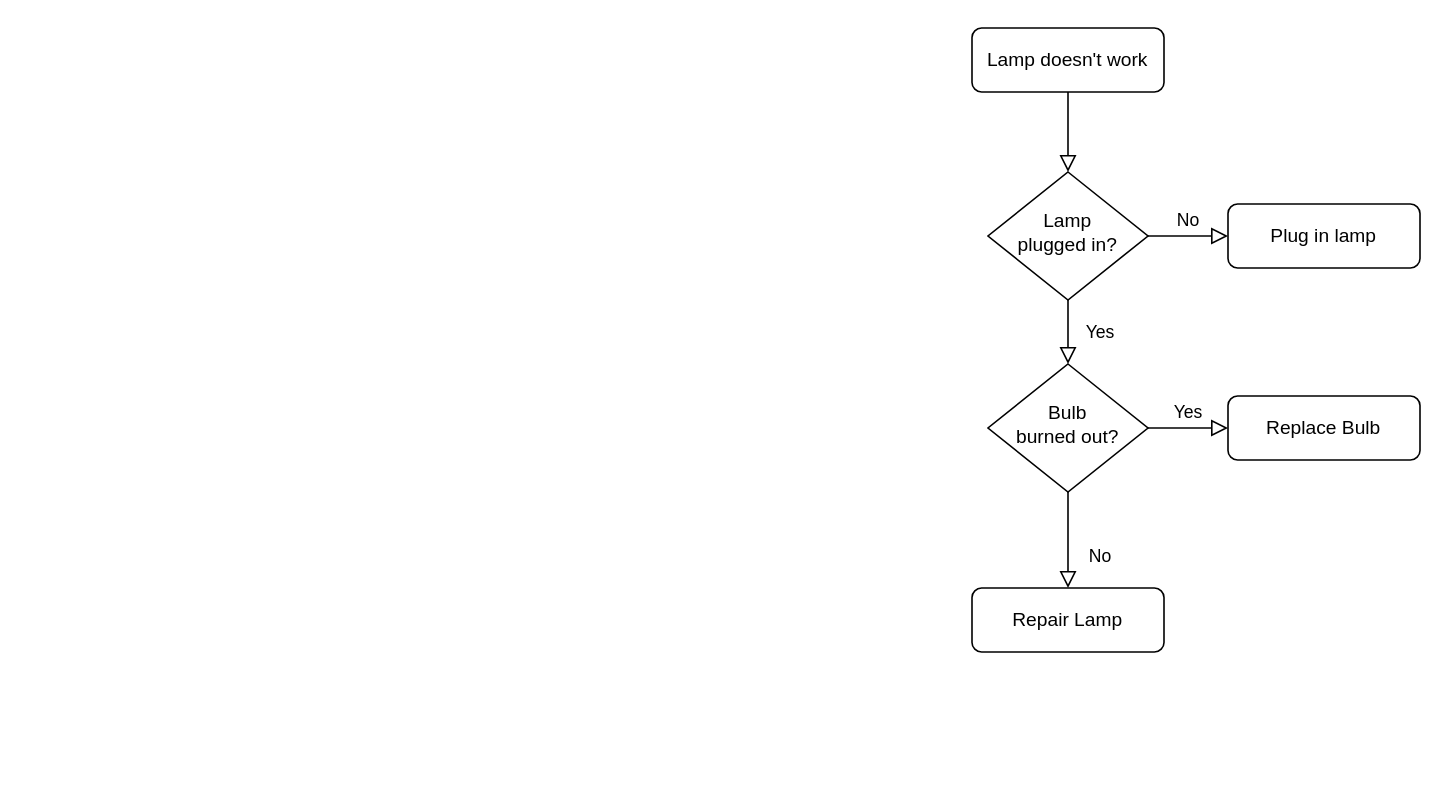
Earlier version of the draw.io diagram Untitled Diagram.drawio (eliajhmauve/HELLOW-WORLD). Source tidied: cells renumbered, new cells numbered last; positions are measured from the earlier drawing's top-left corner, leaving out a move shared by most shapes. Both pictures are drawn from the tidied source at 160%, with x=0, y=0 at pixel (971, 27).
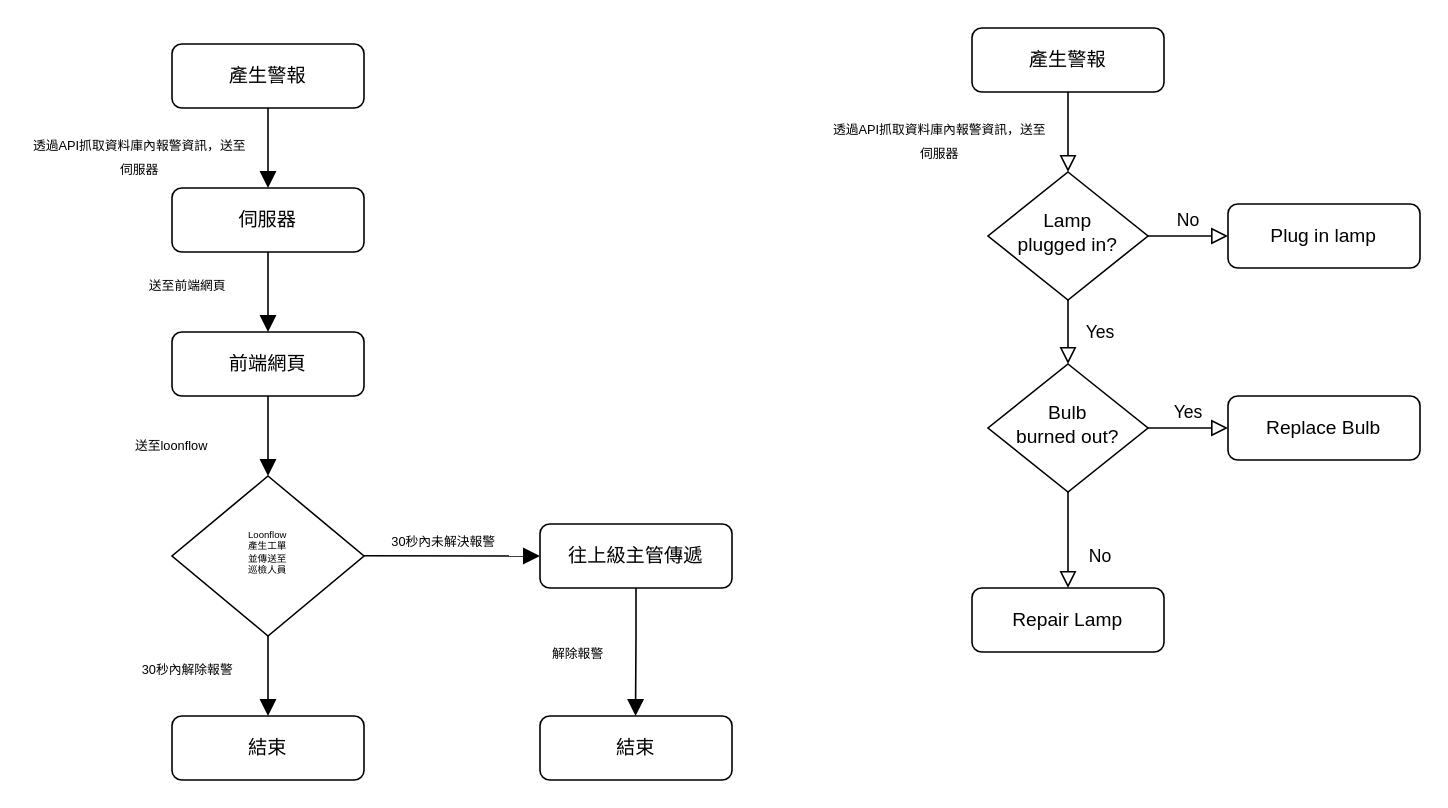
Above is the later version.

Commit message:
Niagara_Loonflow Structure

Unchanged cells that the change refers to:
```xml
<mxCell id="6" value="Lamp&lt;br&gt;plugged in?" style="rhombus;whiteSpace=wrap;html=1;shadow=0;fontFamily=Helvetica;fontSize=12;align=center;strokeWidth=1;spacing=6;spacingTop=-4;" parent="1" vertex="1">
  <mxGeometry x="10" y="90" width="100" height="80" as="geometry" />
</mxCell>
<mxCell id="10" value="Bulb&lt;br&gt;burned out?" style="rhombus;whiteSpace=wrap;html=1;shadow=0;fontFamily=Helvetica;fontSize=12;align=center;strokeWidth=1;spacing=6;spacingTop=-4;" parent="1" vertex="1">
  <mxGeometry x="10" y="210" width="100" height="80" as="geometry" />
</mxCell>
```

Diff of the diagram source:
```diff
@@
-    <mxCell id="2" style="rounded=0;html=1;jettySize=auto;fontSize=11;endArrow=block;endFill=0;endSize=8;strokeWidth=1;shadow=0;labelBackgroundColor=none;edgeStyle=orthogonalEdgeStyle;" parent="1" edge="1" source="3" target="6">
-      <mxGeometry relative="1" as="geometry" />
+    <mxCell id="2" style="rounded=0;html=1;jettySize=auto;fontSize=11;endArrow=block;endFill=1;endSize=8;strokeWidth=1;shadow=0;labelBackgroundColor=none;edgeStyle=orthogonalEdgeStyle;" parent="1" edge="1" source="3">
+      <mxGeometry relative="1" as="geometry">
+        <mxPoint x="-440" y="100" as="targetPoint" />
+      </mxGeometry>
     </mxCell>
-    <mxCell id="3" value="Lamp doesn't work" style="rounded=1;whiteSpace=wrap;html=1;fontSize=12;glass=0;strokeWidth=1;shadow=0;" parent="1" vertex="1">
-      <mxGeometry width="120" height="40" as="geometry" />
+    <mxCell id="3" value="產生警報" style="rounded=1;whiteSpace=wrap;html=1;fontSize=12;glass=0;strokeWidth=1;shadow=0;" parent="1" vertex="1">
+      <mxGeometry x="-500" y="10" width="120" height="40" as="geometry" />
     </mxCell>
-    <mxCell id="4" value="Yes" style="rounded=0;html=1;jettySize=auto;fontSize=11;endArrow=block;endFill=0;endSize=8;strokeWidth=1;shadow=0;labelBackgroundColor=none;edgeStyle=orthogonalEdgeStyle;" parent="1" edge="1" source="6" target="10">
-      <mxGeometry y="20" relative="1" as="geometry" />
+    <mxCell id="4" style="rounded=0;html=1;jettySize=auto;orthogonalLoop=1;fontSize=11;endArrow=block;endFill=1;endSize=8;strokeWidth=1;shadow=0;labelBackgroundColor=none;edgeStyle=orthogonalEdgeStyle;" parent="1" edge="1">
+      <mxGeometry x="-0.33" y="-30" relative="1" as="geometry">
+        <mxPoint x="-440" y="180" as="sourcePoint" />
+        <mxPoint x="-440" y="190" as="targetPoint" />
+        <Array as="points">
+          <mxPoint x="-440" y="140" />
+          <mxPoint x="-440" y="140" />
+        </Array>
+      </mxGeometry>
     </mxCell>
+    <mxCell id="13" value="&lt;p style=&quot;margin-top: 0pt ; margin-bottom: 0pt ; margin-left: 0in ; direction: ltr ; unicode-bidi: embed ; word-break: normal&quot;&gt;&lt;font face=&quot;microsoft jhenghei light&quot;&gt;&lt;span style=&quot;font-size: 8px&quot;&gt;透過API抓取資料庫內報警資訊，送至伺服器&lt;/span&gt;&lt;/font&gt;&lt;/p&gt;" style="text;html=1;strokeColor=none;fillColor=none;align=center;verticalAlign=middle;whiteSpace=wrap;rounded=0;" parent="1" vertex="1">
+      <mxGeometry x="-590" y="70" width="140" height="20" as="geometry" />
+    </mxCell>
+    <mxCell id="14" style="rounded=0;html=1;jettySize=auto;fontSize=11;endArrow=block;endFill=0;endSize=8;strokeWidth=1;shadow=0;labelBackgroundColor=none;edgeStyle=orthogonalEdgeStyle;" parent="1" edge="1" source="15" target="6">
+      <mxGeometry relative="1" as="geometry" />
+    </mxCell>
+    <mxCell id="15" value="產生警報" style="rounded=1;whiteSpace=wrap;html=1;fontSize=12;glass=0;strokeWidth=1;shadow=0;" parent="1" vertex="1">
+      <mxGeometry width="120" height="40" as="geometry" />
+    </mxCell>
+    <mxCell id="16" value="Yes" style="rounded=0;html=1;jettySize=auto;fontSize=11;endArrow=block;endFill=0;endSize=8;strokeWidth=1;shadow=0;labelBackgroundColor=none;edgeStyle=orthogonalEdgeStyle;" parent="1" edge="1" source="6" target="10">
+      <mxGeometry y="20" relative="1" as="geometry" />
+    </mxCell>
@@
+    <mxCell id="17" value="&lt;p style=&quot;margin-top: 0pt ; margin-bottom: 0pt ; margin-left: 0in ; direction: ltr ; unicode-bidi: embed ; word-break: normal&quot;&gt;&lt;font face=&quot;microsoft jhenghei light&quot;&gt;&lt;span style=&quot;font-size: 8px&quot;&gt;透過API抓取資料庫內報警資訊，送至伺服器&lt;/span&gt;&lt;/font&gt;&lt;/p&gt;" style="text;html=1;strokeColor=none;fillColor=none;align=center;verticalAlign=middle;whiteSpace=wrap;rounded=0;" parent="1" vertex="1">
+      <mxGeometry x="-90" y="60" width="140" height="20" as="geometry" />
+    </mxCell>
+    <mxCell id="18" value="伺服器" style="rounded=1;whiteSpace=wrap;html=1;fontSize=12;glass=0;strokeWidth=1;shadow=0;" parent="1" vertex="1">
+      <mxGeometry x="-500" y="100" width="120" height="40" as="geometry" />
+    </mxCell>
+    <mxCell id="19" value="&lt;p style=&quot;margin-top: 0pt ; margin-bottom: 0pt ; margin-left: 0in ; direction: ltr ; unicode-bidi: embed ; word-break: normal&quot;&gt;&lt;font face=&quot;microsoft jhenghei light&quot;&gt;&lt;span style=&quot;font-size: 8px&quot;&gt;送至前端網頁&lt;/span&gt;&lt;/font&gt;&lt;/p&gt;" style="text;html=1;strokeColor=none;fillColor=none;align=center;verticalAlign=middle;whiteSpace=wrap;rounded=0;" parent="1" vertex="1">
+      <mxGeometry x="-540" y="150" width="100" height="20" as="geometry" />
+    </mxCell>
+    <mxCell id="20" value="&lt;div&gt;前端網頁&lt;/div&gt;" style="rounded=1;whiteSpace=wrap;html=1;fontSize=12;glass=0;strokeWidth=1;shadow=0;" parent="1" vertex="1">
+      <mxGeometry x="-500" y="190" width="120" height="40" as="geometry" />
+    </mxCell>
+    <mxCell id="21" value="&lt;p style=&quot;margin-top: 0pt ; margin-bottom: 0pt ; margin-left: 0in ; direction: ltr ; unicode-bidi: embed ; word-break: normal&quot;&gt;&lt;font face=&quot;microsoft jhenghei light&quot;&gt;&lt;span style=&quot;font-size: 8px&quot;&gt;送至loonflow&lt;/span&gt;&lt;/font&gt;&lt;/p&gt;" style="text;html=1;strokeColor=none;fillColor=none;align=center;verticalAlign=middle;whiteSpace=wrap;rounded=0;" parent="1" vertex="1">
+      <mxGeometry x="-550" y="250" width="100" height="20" as="geometry" />
+    </mxCell>
+    <mxCell id="22" style="rounded=0;html=1;jettySize=auto;orthogonalLoop=1;fontSize=11;endArrow=block;endFill=1;endSize=8;strokeWidth=1;shadow=0;labelBackgroundColor=none;edgeStyle=orthogonalEdgeStyle;" parent="1" edge="1">
+      <mxGeometry x="-0.33" y="-30" relative="1" as="geometry">
+        <mxPoint x="-440" y="270" as="sourcePoint" />
+        <mxPoint x="-440" y="280" as="targetPoint" />
+        <Array as="points">
+          <mxPoint x="-440" y="230" />
+          <mxPoint x="-440" y="230" />
+        </Array>
+      </mxGeometry>
+    </mxCell>
+    <mxCell id="23" value="&lt;font style=&quot;font-size: 6px;&quot;&gt;Loonflow&lt;br style=&quot;font-size: 6px;&quot;&gt;產生工單&lt;br style=&quot;font-size: 6px;&quot;&gt;並傳送至&lt;br style=&quot;font-size: 6px;&quot;&gt;巡檢人員&lt;/font&gt;" style="rhombus;whiteSpace=wrap;html=1;shadow=0;fontFamily=Helvetica;fontSize=6;align=center;strokeWidth=1;spacing=6;spacingTop=-4;" parent="1" vertex="1">
+      <mxGeometry x="-500" y="280" width="120" height="100" as="geometry" />
+    </mxCell>
+    <mxCell id="24" style="rounded=0;html=1;jettySize=auto;orthogonalLoop=1;fontSize=11;endArrow=block;endFill=1;endSize=8;strokeWidth=1;shadow=0;labelBackgroundColor=none;" parent="1" edge="1">
+      <mxGeometry x="-0.33" y="-30" relative="1" as="geometry">
+        <mxPoint x="-380" y="329.8" as="sourcePoint" />
+        <mxPoint x="-270" y="330" as="targetPoint" />
+      </mxGeometry>
+    </mxCell>
+    <mxCell id="25" value="&lt;p style=&quot;margin-top: 0pt ; margin-bottom: 0pt ; margin-left: 0in ; direction: ltr ; unicode-bidi: embed ; word-break: normal&quot;&gt;&lt;font face=&quot;microsoft jhenghei light&quot;&gt;&lt;span style=&quot;font-size: 8px&quot;&gt;30秒內未解決報警&lt;/span&gt;&lt;/font&gt;&lt;/p&gt;" style="text;html=1;strokeColor=none;fillColor=none;align=center;verticalAlign=middle;whiteSpace=wrap;rounded=0;" parent="1" vertex="1">
+      <mxGeometry x="-390" y="310" width="120" height="20" as="geometry" />
+    </mxCell>
+    <mxCell id="26" value="&lt;div&gt;往上級主管傳遞&lt;/div&gt;" style="rounded=1;whiteSpace=wrap;html=1;fontSize=12;glass=0;strokeWidth=1;shadow=0;" parent="1" vertex="1">
+      <mxGeometry x="-270" y="310" width="120" height="40" as="geometry" />
+    </mxCell>
+    <mxCell id="27" style="rounded=0;html=1;jettySize=auto;orthogonalLoop=1;fontSize=11;endArrow=block;endFill=1;endSize=8;strokeWidth=1;shadow=0;labelBackgroundColor=none;edgeStyle=orthogonalEdgeStyle;" parent="1" edge="1">
+      <mxGeometry x="-0.33" y="-30" relative="1" as="geometry">
+        <mxPoint x="-440" y="420" as="sourcePoint" />
+        <mxPoint x="-440" y="430" as="targetPoint" />
+        <Array as="points">
+          <mxPoint x="-440" y="380" />
+          <mxPoint x="-440" y="380" />
+        </Array>
+      </mxGeometry>
+    </mxCell>
+    <mxCell id="28" value="&lt;p style=&quot;margin-top: 0pt ; margin-bottom: 0pt ; margin-left: 0in ; direction: ltr ; unicode-bidi: embed ; word-break: normal&quot;&gt;&lt;font face=&quot;microsoft jhenghei light&quot;&gt;&lt;span style=&quot;font-size: 8px&quot;&gt;30秒內解除報警&lt;/span&gt;&lt;/font&gt;&lt;/p&gt;" style="text;html=1;strokeColor=none;fillColor=none;align=center;verticalAlign=middle;whiteSpace=wrap;rounded=0;" parent="1" vertex="1">
+      <mxGeometry x="-540" y="390" width="100" height="20" as="geometry" />
+    </mxCell>
+    <mxCell id="29" value="結束" style="rounded=1;whiteSpace=wrap;html=1;fontSize=12;glass=0;strokeWidth=1;shadow=0;" parent="1" vertex="1">
+      <mxGeometry x="-500" y="430" width="120" height="40" as="geometry" />
+    </mxCell>
+    <mxCell id="30" style="rounded=0;html=1;jettySize=auto;fontSize=11;endArrow=block;endFill=1;endSize=8;strokeWidth=1;shadow=0;labelBackgroundColor=none;edgeStyle=orthogonalEdgeStyle;exitX=0.5;exitY=1;exitDx=0;exitDy=0;" parent="1" edge="1" source="26">
+      <mxGeometry x="-0.33" y="-30" relative="1" as="geometry">
+        <mxPoint x="-210.3" y="430" as="targetPoint" />
+        <Array as="points">
+          <mxPoint x="-210" y="380" />
+        </Array>
+      </mxGeometry>
+    </mxCell>
+    <mxCell id="31" value="結束" style="rounded=1;whiteSpace=wrap;html=1;fontSize=12;glass=0;strokeWidth=1;shadow=0;" parent="1" vertex="1">
+      <mxGeometry x="-270" y="430" width="120" height="40" as="geometry" />
+    </mxCell>
+    <mxCell id="32" value="&lt;p style=&quot;margin-top: 0pt ; margin-bottom: 0pt ; margin-left: 0in ; direction: ltr ; unicode-bidi: embed ; word-break: normal&quot;&gt;&lt;font face=&quot;microsoft jhenghei light&quot;&gt;&lt;span style=&quot;font-size: 8px&quot;&gt;解除報警&lt;/span&gt;&lt;/font&gt;&lt;/p&gt;" style="text;html=1;strokeColor=none;fillColor=none;align=center;verticalAlign=middle;whiteSpace=wrap;rounded=0;" parent="1" vertex="1">
+      <mxGeometry x="-276" y="380" width="60" height="20" as="geometry" />
+    </mxCell>
```
